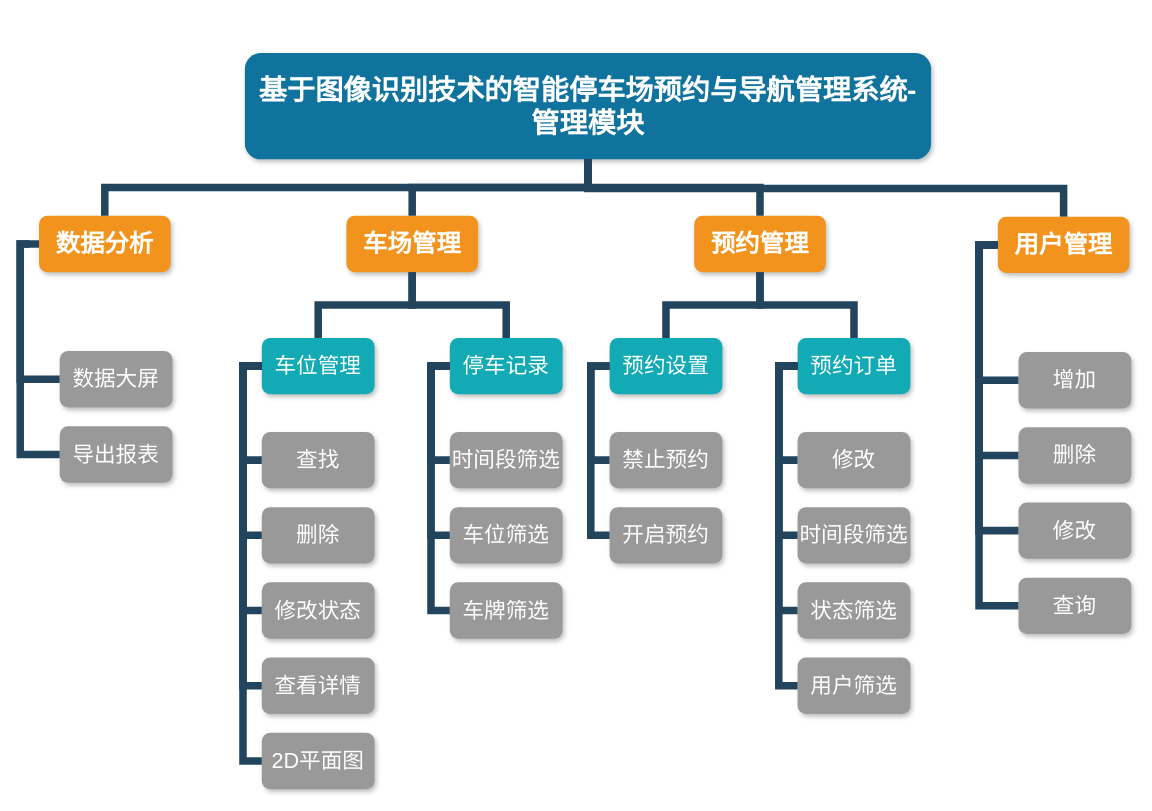
The draw.io diagram parkingLot/功能模块.drawio in Ringo-linqin/drawio, before the edit. Source tidied: cells renumbered, new cells numbered last; positions are measured from the earlier drawing's top-left corner, leaving out a move shared by most shapes. Both pictures are drawn from the tidied source at 94%, with x=0, y=0 at pixel (20, 53).
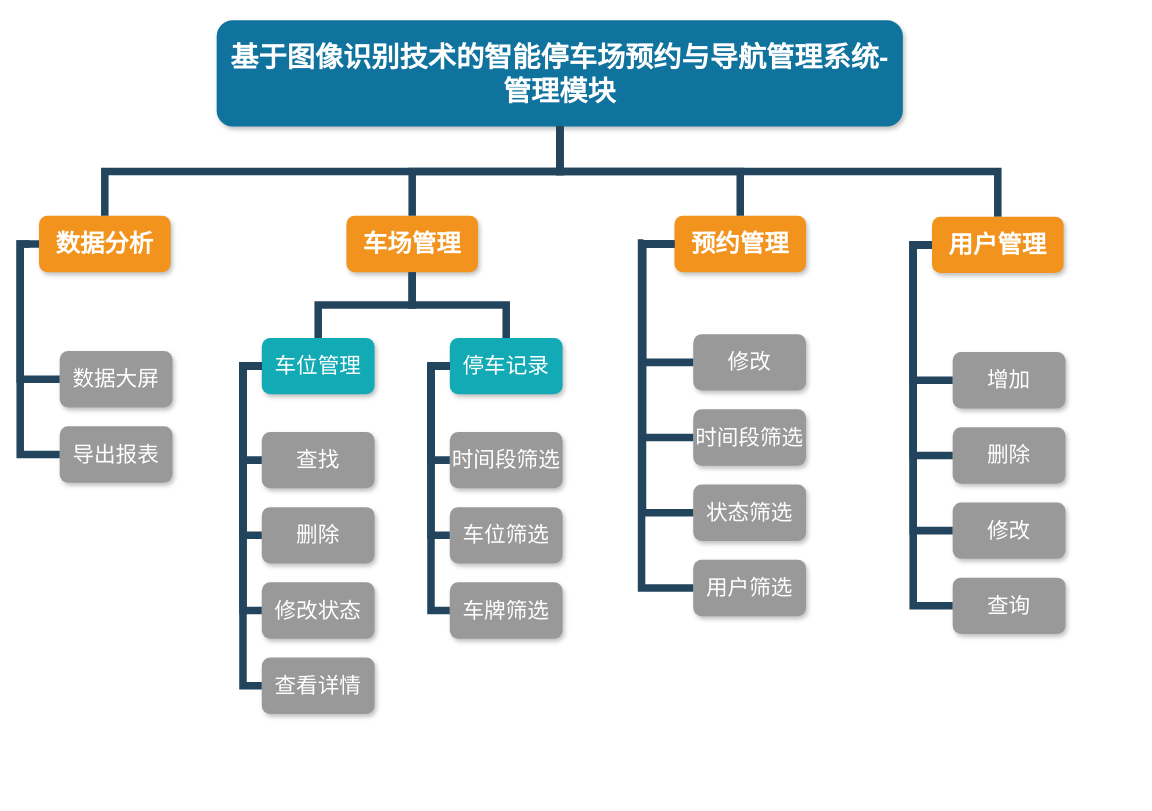
The same diagram, later.

Commit message:
更新功能模块.drawio

Unchanged cells that the change refers to:
```xml
<mxCell id="3" value="数据分析" style="whiteSpace=wrap;rounded=1;fillColor=#F2931E;strokeColor=none;shadow=1;fontColor=#FFFFFF;fontStyle=1;fontSize=26;" parent="1" vertex="1">
  <mxGeometry x="20" y="173" width="140" height="60" as="geometry" />
</mxCell>
<mxCell id="4" value="车场管理" style="whiteSpace=wrap;rounded=1;fillColor=#F2931E;strokeColor=none;shadow=1;fontColor=#FFFFFF;fontStyle=1;fontSize=26;" parent="1" vertex="1">
  <mxGeometry x="347" y="173" width="140" height="60" as="geometry" />
</mxCell>
<mxCell id="10" value="车位管理" style="whiteSpace=wrap;rounded=1;fillColor=#12AAB5;strokeColor=none;shadow=1;fontColor=#FFFFFF;fontSize=23;" parent="1" vertex="1">
  <mxGeometry x="257" y="303" width="120" height="60" as="geometry" />
</mxCell>
```

What changed in the source:
```diff
@@
     <mxCell id="2" value="基于图像识别技术的智能停车场预约与导航管理系统-管理模块" style="whiteSpace=wrap;rounded=1;shadow=1;fillColor=#10739E;strokeColor=none;fontColor=#FFFFFF;fontStyle=1;fontSize=30;" parent="1" vertex="1">
-      <mxGeometry x="239" width="730" height="113" as="geometry" />
+      <mxGeometry x="209" y="-35" width="730" height="113" as="geometry" />
     </mxCell>
@@
     <mxCell id="5" value="预约管理" style="whiteSpace=wrap;rounded=1;fillColor=#F2931E;strokeColor=none;shadow=1;fontColor=#FFFFFF;fontStyle=1;fontSize=26;" parent="1" vertex="1">
-      <mxGeometry x="717" y="173" width="140" height="60" as="geometry" />
+      <mxGeometry x="696" y="173" width="140" height="60" as="geometry" />
     </mxCell>
@@
-    <mxCell id="16" value="2D平面图" style="whiteSpace=wrap;rounded=1;fillColor=#999999;strokeColor=none;shadow=1;fontColor=#FFFFFF;fontStyle=0;fontSize=23;" parent="1" vertex="1">
-      <mxGeometry x="257" y="723" width="120" height="60" as="geometry" />
-    </mxCell>
@@
-    <mxCell id="22" style="edgeStyle=elbowEdgeStyle;elbow=horizontal;rounded=0;fontColor=#000000;endArrow=none;endFill=0;strokeWidth=8;strokeColor=#23445D;fontSize=23;" parent="1" edge="1" source="10" target="16">
-      <mxGeometry relative="1" as="geometry">
-        <Array as="points">
-          <mxPoint x="237" y="553" />
-        </Array>
-      </mxGeometry>
-    </mxCell>
@@
-    <mxCell id="28" value="预约设置" style="whiteSpace=wrap;rounded=1;fillColor=#12AAB5;strokeColor=none;shadow=1;fontColor=#FFFFFF;fontSize=23;" parent="1" vertex="1">
-      <mxGeometry x="627" y="303" width="120" height="60" as="geometry" />
-    </mxCell>
-    <mxCell id="29" value="预约订单" style="whiteSpace=wrap;rounded=1;fillColor=#12AAB5;strokeColor=none;shadow=1;fontColor=#FFFFFF;fontSize=23;" parent="1" vertex="1">
-      <mxGeometry x="827" y="303" width="120" height="60" as="geometry" />
-    </mxCell>
-    <mxCell id="30" value="禁止预约" style="whiteSpace=wrap;rounded=1;fillColor=#999999;strokeColor=none;shadow=1;fontColor=#FFFFFF;fontStyle=0;fontSize=23;" parent="1" vertex="1">
-      <mxGeometry x="627" y="403" width="120" height="60" as="geometry" />
-    </mxCell>
-    <mxCell id="31" value="开启预约" style="whiteSpace=wrap;rounded=1;fillColor=#999999;strokeColor=none;shadow=1;fontColor=#FFFFFF;fontStyle=0;fontSize=23;" parent="1" vertex="1">
-      <mxGeometry x="627" y="483" width="120" height="60" as="geometry" />
-    </mxCell>
     <mxCell id="32" value="修改" style="whiteSpace=wrap;rounded=1;fillColor=#999999;strokeColor=none;shadow=1;fontColor=#FFFFFF;fontStyle=0;fontSize=23;" parent="1" vertex="1">
-      <mxGeometry x="827" y="403" width="120" height="60" as="geometry" />
+      <mxGeometry x="716" y="299" width="120" height="60" as="geometry" />
     </mxCell>
     <mxCell id="33" value="时间段筛选" style="whiteSpace=wrap;rounded=1;fillColor=#999999;strokeColor=none;shadow=1;fontColor=#FFFFFF;fontStyle=0;fontSize=23;" parent="1" vertex="1">
-      <mxGeometry x="827" y="483" width="120" height="60" as="geometry" />
+      <mxGeometry x="716" y="379" width="120" height="60" as="geometry" />
     </mxCell>
     <mxCell id="34" value="状态筛选" style="whiteSpace=wrap;rounded=1;fillColor=#999999;strokeColor=none;shadow=1;fontColor=#FFFFFF;fontStyle=0;fontSize=23;" parent="1" vertex="1">
-      <mxGeometry x="827" y="563" width="120" height="60" as="geometry" />
+      <mxGeometry x="716" y="459" width="120" height="60" as="geometry" />
     </mxCell>
     <mxCell id="35" value="用户筛选" style="whiteSpace=wrap;rounded=1;fillColor=#999999;strokeColor=none;shadow=1;fontColor=#FFFFFF;fontStyle=0;fontSize=23;" parent="1" vertex="1">
-      <mxGeometry x="827" y="643" width="120" height="60" as="geometry" />
+      <mxGeometry x="716" y="539" width="120" height="60" as="geometry" />
     </mxCell>
-    <mxCell id="36" style="edgeStyle=elbowEdgeStyle;elbow=horizontal;rounded=0;fontColor=#000000;endArrow=none;endFill=0;strokeWidth=8;strokeColor=#23445D;fontSize=23;" parent="1" edge="1" source="28" target="30">
-      <mxGeometry relative="1" as="geometry">
-        <Array as="points">
-          <mxPoint x="607" y="383" />
-        </Array>
-      </mxGeometry>
-    </mxCell>
-    <mxCell id="37" style="edgeStyle=elbowEdgeStyle;elbow=horizontal;rounded=0;fontColor=#000000;endArrow=none;endFill=0;strokeWidth=8;strokeColor=#23445D;fontSize=23;" parent="1" edge="1" source="28" target="31">
-      <mxGeometry relative="1" as="geometry">
-        <Array as="points">
-          <mxPoint x="607" y="423" />
-        </Array>
-      </mxGeometry>
-    </mxCell>
-    <mxCell id="38" style="edgeStyle=elbowEdgeStyle;elbow=horizontal;rounded=0;fontColor=#000000;endArrow=none;endFill=0;strokeWidth=8;strokeColor=#23445D;fontSize=23;" parent="1" edge="1" source="29" target="32">
+    <mxCell id="38" style="edgeStyle=elbowEdgeStyle;elbow=horizontal;rounded=0;fontColor=#000000;endArrow=none;endFill=0;strokeWidth=8;strokeColor=#23445D;fontSize=23;exitX=0;exitY=0.5;exitDx=0;exitDy=0;" parent="1" edge="1" source="5" target="32">
       <mxGeometry relative="1" as="geometry">
         <Array as="points">
-          <mxPoint x="807" y="383" />
+          <mxPoint x="662" y="401" />
+          <mxPoint x="696" y="383" />
         </Array>
       </mxGeometry>
     </mxCell>
-    <mxCell id="39" style="edgeStyle=elbowEdgeStyle;elbow=horizontal;rounded=0;fontColor=#000000;endArrow=none;endFill=0;strokeWidth=8;strokeColor=#23445D;fontSize=23;" parent="1" edge="1" source="29" target="33">
+    <mxCell id="39" style="edgeStyle=elbowEdgeStyle;elbow=horizontal;rounded=0;fontColor=#000000;endArrow=none;endFill=0;strokeWidth=8;strokeColor=#23445D;fontSize=23;exitX=0;exitY=0.5;exitDx=0;exitDy=0;" parent="1" edge="1" source="5" target="33">
       <mxGeometry relative="1" as="geometry">
         <Array as="points">
-          <mxPoint x="807" y="423" />
+          <mxPoint x="662" y="370" />
+          <mxPoint x="696" y="423" />
         </Array>
       </mxGeometry>
     </mxCell>
-    <mxCell id="40" style="edgeStyle=elbowEdgeStyle;elbow=horizontal;rounded=0;fontColor=#000000;endArrow=none;endFill=0;strokeWidth=8;strokeColor=#23445D;fontSize=23;" parent="1" edge="1" source="29" target="35">
+    <mxCell id="40" style="edgeStyle=elbowEdgeStyle;elbow=horizontal;rounded=0;fontColor=#000000;endArrow=none;endFill=0;strokeWidth=8;strokeColor=#23445D;fontSize=23;exitX=0;exitY=0.5;exitDx=0;exitDy=0;" parent="1" edge="1" target="35">
       <mxGeometry relative="1" as="geometry">
+        <mxPoint x="663" y="202" as="sourcePoint" />
         <Array as="points">
-          <mxPoint x="807" y="503" />
+          <mxPoint x="661" y="625" />
+          <mxPoint x="663" y="502" />
         </Array>
       </mxGeometry>
     </mxCell>
-    <mxCell id="41" style="edgeStyle=elbowEdgeStyle;elbow=horizontal;rounded=0;fontColor=#000000;endArrow=none;endFill=0;strokeWidth=8;strokeColor=#23445D;fontSize=23;" parent="1" edge="1" source="29" target="34">
+    <mxCell id="41" style="edgeStyle=elbowEdgeStyle;elbow=horizontal;rounded=0;fontColor=#000000;endArrow=none;endFill=0;strokeWidth=8;strokeColor=#23445D;fontSize=23;exitX=0;exitY=0.5;exitDx=0;exitDy=0;entryX=0;entryY=0.5;entryDx=0;entryDy=0;" parent="1" edge="1" source="5" target="34">
       <mxGeometry relative="1" as="geometry">
         <Array as="points">
-          <mxPoint x="807" y="473" />
+          <mxPoint x="662" y="409" />
         </Array>
       </mxGeometry>
     </mxCell>
@@
-    <mxCell id="44" style="edgeStyle=elbowEdgeStyle;elbow=vertical;rounded=0;fontColor=#000000;endArrow=none;endFill=0;strokeWidth=8;strokeColor=#23445D;" parent="1" edge="1" source="5" target="28">
-      <mxGeometry relative="1" as="geometry" />
-    </mxCell>
-    <mxCell id="45" style="edgeStyle=elbowEdgeStyle;elbow=vertical;rounded=0;fontColor=#000000;endArrow=none;endFill=0;strokeWidth=8;strokeColor=#23445D;" parent="1" edge="1" source="5" target="29">
-      <mxGeometry relative="1" as="geometry" />
-    </mxCell>
-    <mxCell id="46" style="edgeStyle=elbowEdgeStyle;elbow=vertical;rounded=0;fontColor=#000000;endArrow=none;endFill=0;strokeWidth=8;strokeColor=#23445D;fontSize=22;" parent="1" edge="1" source="2" target="3">
+    <mxCell id="46" style="edgeStyle=elbowEdgeStyle;elbow=vertical;rounded=0;fontColor=#000000;endArrow=none;endFill=0;strokeWidth=8;strokeColor=#23445D;fontSize=22;exitX=0.5;exitY=1;exitDx=0;exitDy=0;" parent="1" edge="1" source="2" target="3">
       <mxGeometry relative="1" as="geometry" />
     </mxCell>
-    <mxCell id="47" style="edgeStyle=elbowEdgeStyle;elbow=vertical;rounded=0;fontColor=#000000;endArrow=none;endFill=0;strokeWidth=8;strokeColor=#23445D;fontSize=22;" parent="1" edge="1" source="2" target="4">
+    <mxCell id="47" style="edgeStyle=elbowEdgeStyle;elbow=vertical;rounded=0;fontColor=#000000;endArrow=none;endFill=0;strokeWidth=8;strokeColor=#23445D;fontSize=22;exitX=0.5;exitY=1;exitDx=0;exitDy=0;" parent="1" edge="1" source="2" target="4">
       <mxGeometry relative="1" as="geometry" />
     </mxCell>
@@
     <mxCell id="50" value="用户管理" style="whiteSpace=wrap;rounded=1;fillColor=#F2931E;strokeColor=none;shadow=1;fontColor=#FFFFFF;fontStyle=1;fontSize=26;" parent="1" vertex="1">
-      <mxGeometry x="1040" y="174" width="140" height="60" as="geometry" />
+      <mxGeometry x="970" y="174" width="140" height="60" as="geometry" />
     </mxCell>
     <mxCell id="51" value="增加" style="whiteSpace=wrap;rounded=1;fillColor=#999999;strokeColor=none;shadow=1;fontColor=#FFFFFF;fontStyle=0;fontSize=23;" parent="1" vertex="1">
-      <mxGeometry x="1062" y="318" width="120" height="60" as="geometry" />
+      <mxGeometry x="992" y="318" width="120" height="60" as="geometry" />
     </mxCell>
     <mxCell id="52" value="删除" style="whiteSpace=wrap;rounded=1;fillColor=#999999;strokeColor=none;shadow=1;fontColor=#FFFFFF;fontStyle=0;fontSize=23;" parent="1" vertex="1">
-      <mxGeometry x="1062" y="398" width="120" height="60" as="geometry" />
+      <mxGeometry x="992" y="398" width="120" height="60" as="geometry" />
     </mxCell>
     <mxCell id="53" value="修改" style="whiteSpace=wrap;rounded=1;fillColor=#999999;strokeColor=none;shadow=1;fontColor=#FFFFFF;fontStyle=0;fontSize=23;" parent="1" vertex="1">
-      <mxGeometry x="1062" y="478" width="120" height="60" as="geometry" />
+      <mxGeometry x="992" y="478" width="120" height="60" as="geometry" />
     </mxCell>
     <mxCell id="54" value="查询" style="whiteSpace=wrap;rounded=1;fillColor=#999999;strokeColor=none;shadow=1;fontColor=#FFFFFF;fontStyle=0;fontSize=23;" parent="1" vertex="1">
-      <mxGeometry x="1062" y="558" width="120" height="60" as="geometry" />
+      <mxGeometry x="992" y="558" width="120" height="60" as="geometry" />
     </mxCell>
     <mxCell id="55" style="edgeStyle=elbowEdgeStyle;elbow=horizontal;rounded=0;fontColor=#000000;endArrow=none;endFill=0;strokeWidth=8;strokeColor=#23445D;exitX=0;exitY=0.5;exitDx=0;exitDy=0;" parent="1" edge="1" source="50" target="51">
       <mxGeometry relative="1" as="geometry">
         <Array as="points">
-          <mxPoint x="1020" y="284" />
+          <mxPoint x="950" y="284" />
         </Array>
       </mxGeometry>
     </mxCell>
     <mxCell id="56" style="edgeStyle=elbowEdgeStyle;elbow=horizontal;rounded=0;fontColor=#000000;endArrow=none;endFill=0;strokeWidth=8;strokeColor=#23445D;" parent="1" edge="1" target="52">
       <mxGeometry relative="1" as="geometry">
-        <mxPoint x="1030" y="204" as="sourcePoint" />
+        <mxPoint x="960" y="204" as="sourcePoint" />
         <Array as="points">
-          <mxPoint x="1020" y="324" />
+          <mxPoint x="950" y="324" />
         </Array>
       </mxGeometry>
     </mxCell>
     <mxCell id="57" style="edgeStyle=elbowEdgeStyle;elbow=horizontal;rounded=0;fontColor=#000000;endArrow=none;endFill=0;strokeWidth=8;strokeColor=#23445D;exitX=0;exitY=0.5;exitDx=0;exitDy=0;" parent="1" edge="1" source="50" target="54">
       <mxGeometry relative="1" as="geometry">
         <Array as="points">
-          <mxPoint x="1020" y="284" />
-          <mxPoint x="1042" y="418" />
+          <mxPoint x="950" y="284" />
+          <mxPoint x="972" y="418" />
         </Array>
       </mxGeometry>
     </mxCell>
     <mxCell id="58" style="edgeStyle=elbowEdgeStyle;elbow=horizontal;rounded=0;fontColor=#000000;endArrow=none;endFill=0;strokeWidth=8;strokeColor=#23445D;exitX=0;exitY=0.5;exitDx=0;exitDy=0;" parent="1" edge="1" source="50" target="53">
       <mxGeometry relative="1" as="geometry">
         <Array as="points">
-          <mxPoint x="1020" y="404" />
+          <mxPoint x="950" y="404" />
         </Array>
       </mxGeometry>
     </mxCell>
```
